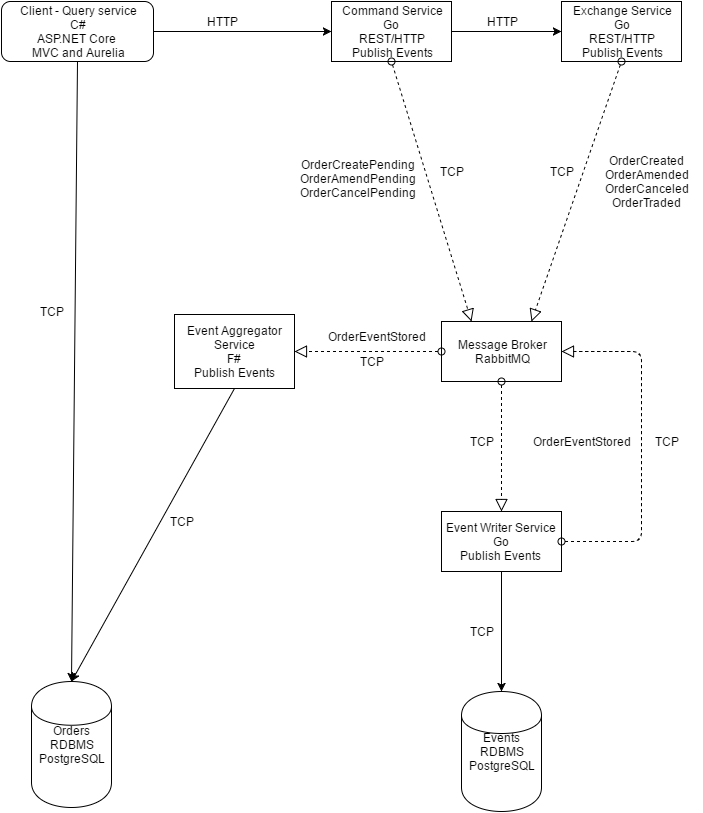
The draw.io diagram docs/arch/tradsim systems.png in tradsim/tradsim-arch, before a commit. Source tidied: cells renumbered, new cells last; positions are measured from the earlier drawing's top-left corner, leaving out a move shared by most shapes.
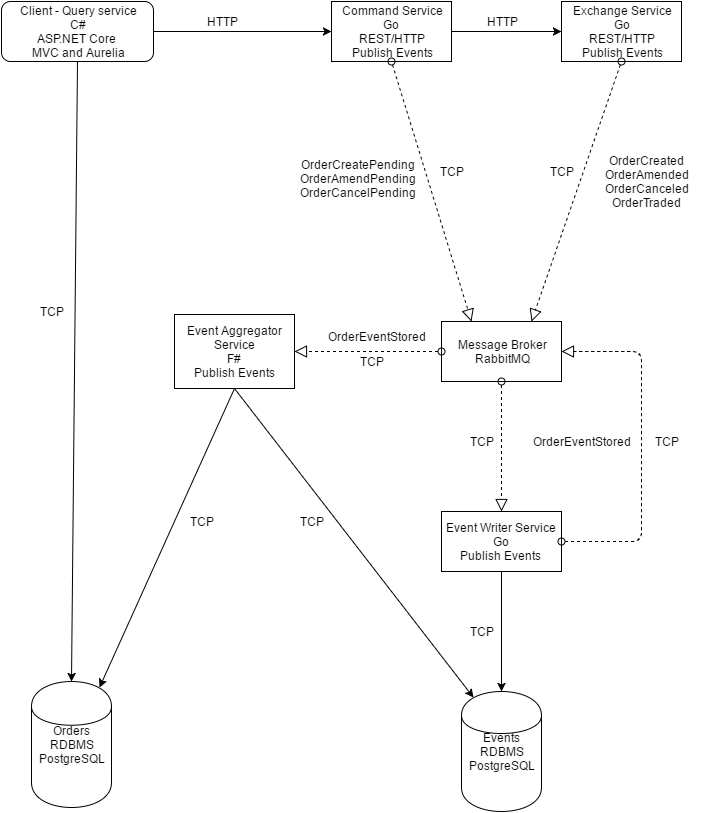
Above is the later version.

Commit message:
fixed diagram connection from aggregator to db

What changed in the source:
```diff
@@ -29,7 +29,7 @@
     <mxCell id="10" style="endArrow=classic;html=1;exitX=1;exitY=0.5;entryX=0;entryY=0.5;" parent="1" edge="1" source="5" target="4">
       <mxGeometry relative="1" as="geometry" />
     </mxCell>
-    <mxCell id="11" style="endArrow=classic;html=1;exitX=0.5;exitY=1;entryX=0.5;entryY=0;" parent="1" edge="1" source="6" target="3">
+    <mxCell id="11" style="endArrow=classic;html=1;exitX=0.5;exitY=1;entryX=0.85;entryY=0.05;entryPerimeter=0;" parent="1" edge="1" source="6" target="3">
       <mxGeometry relative="1" as="geometry" />
     </mxCell>
     <mxCell id="12" value="Message Broker&lt;div&gt;RabbitMQ&lt;/div&gt;" style="whiteSpace=wrap;html=1;" parent="1" vertex="1">
@@ -77,7 +77,7 @@
       <mxGeometry x="480" y="10" width="40" height="20" as="geometry" />
     </mxCell>
     <mxCell id="25" value="TCP" style="text;html=1;strokeColor=none;fillColor=none;align=center;verticalAlign=middle;whiteSpace=wrap;overflow=hidden;" parent="1" vertex="1">
-      <mxGeometry x="160" y="510" width="40" height="20" as="geometry" />
+      <mxGeometry x="180" y="510" width="40" height="20" as="geometry" />
     </mxCell>
     <mxCell id="26" value="TCP" style="text;html=1;strokeColor=none;fillColor=none;align=center;verticalAlign=middle;whiteSpace=wrap;overflow=hidden;" parent="1" vertex="1">
       <mxGeometry x="350" y="350" width="40" height="20" as="geometry" />
@@ -103,5 +103,11 @@
     <mxCell id="33" value="TCP" style="text;html=1;strokeColor=none;fillColor=none;align=center;verticalAlign=middle;whiteSpace=wrap;overflow=hidden;" parent="1" vertex="1">
       <mxGeometry x="30" y="300" width="40" height="20" as="geometry" />
     </mxCell>
+    <mxCell id="34" style="endArrow=classic;html=1;exitX=0.5;exitY=1;entryX=0.15;entryY=0.05;entryPerimeter=0;" parent="1" edge="1" source="6" target="2">
+      <mxGeometry x="160" y="447" as="geometry" />
+    </mxCell>
+    <mxCell id="35" value="TCP" style="text;html=1;strokeColor=none;fillColor=none;align=center;verticalAlign=middle;whiteSpace=wrap;overflow=hidden;" parent="1" vertex="1">
+      <mxGeometry x="290" y="510" width="40" height="20" as="geometry" />
+    </mxCell>
   </root>
 </mxGraphModel>
```
